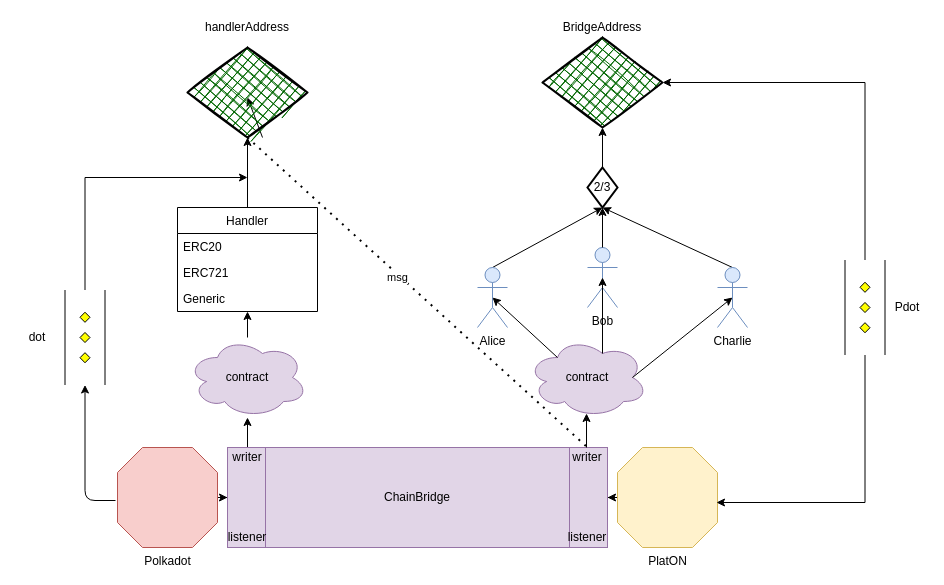
The draw.io diagram sub2eth.drawio in 0xrjman/ChainBridgeDocs, before the edit. Source tidied: cells renumbered, new cells numbered last; positions are measured from the earlier drawing's top-left corner, leaving out a move shared by most shapes. Both pictures are drawn from the tidied source at 100%, with x=0, y=0 at pixel (17, 17).
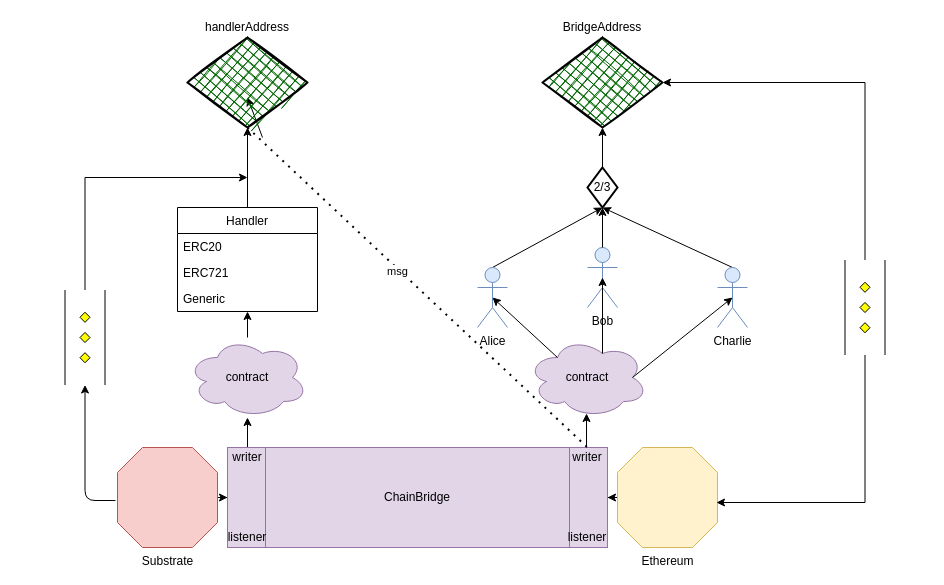
The same page after the edit.

The edit, as a diff of the source:
```diff
@@
-    <mxCell id="3" value="Polkadot" style="verticalLabelPosition=bottom;verticalAlign=top;html=1;shape=mxgraph.basic.polygon;polyCoords=[[0.25,0],[0.75,0],[1,0.25],[1,0.75],[0.75,1],[0.25,1],[0,0.75],[0,0.25]];polyline=0;fillColor=#f8cecc;strokeColor=#b85450;" parent="1" vertex="1">
+    <mxCell id="3" value="Substrate" style="verticalLabelPosition=bottom;verticalAlign=top;html=1;shape=mxgraph.basic.polygon;polyCoords=[[0.25,0],[0.75,0],[1,0.25],[1,0.75],[0.75,1],[0.25,1],[0,0.75],[0,0.25]];polyline=0;fillColor=#f8cecc;strokeColor=#b85450;" parent="1" vertex="1">
       <mxGeometry x="100" y="430" width="100" height="100" as="geometry" />
     </mxCell>
@@
-    <mxCell id="5" value="PlatON" style="verticalLabelPosition=bottom;verticalAlign=top;html=1;shape=mxgraph.basic.polygon;polyCoords=[[0.25,0],[0.75,0],[1,0.25],[1,0.75],[0.75,1],[0.25,1],[0,0.75],[0,0.25]];polyline=0;fillColor=#fff2cc;strokeColor=#d6b656;" parent="1" vertex="1">
+    <mxCell id="5" value="Ethereum" style="verticalLabelPosition=bottom;verticalAlign=top;html=1;shape=mxgraph.basic.polygon;polyCoords=[[0.25,0],[0.75,0],[1,0.25],[1,0.75],[0.75,1],[0.25,1],[0,0.75],[0,0.25]];polyline=0;fillColor=#fff2cc;strokeColor=#d6b656;" parent="1" vertex="1">
       <mxGeometry x="600" y="430" width="100" height="100" as="geometry" />
     </mxCell>
@@
     <mxCell id="27" style="rhombus;whiteSpace=wrap;html=1;strokeWidth=2;fillWeight=-1;hachureGap=8;fillStyle=cross-hatch;fillColor=#006600;sketch=1;" parent="1" vertex="1">
-      <mxGeometry x="170" y="30" width="120" height="90" as="geometry" />
+      <mxGeometry x="170" y="20" width="120" height="90" as="geometry" />
     </mxCell>
@@
-    <mxCell id="47" value="dot" style="text;html=1;strokeColor=none;fillColor=none;align=center;verticalAlign=middle;whiteSpace=wrap;rounded=0;" parent="1" vertex="1">
-      <mxGeometry y="310" width="40" height="20" as="geometry" />
-    </mxCell>
-    <mxCell id="48" value="Pdot" style="text;html=1;strokeColor=none;fillColor=none;align=center;verticalAlign=middle;whiteSpace=wrap;rounded=0;" parent="1" vertex="1">
-      <mxGeometry x="870" y="280" width="40" height="20" as="geometry" />
-    </mxCell>
```
